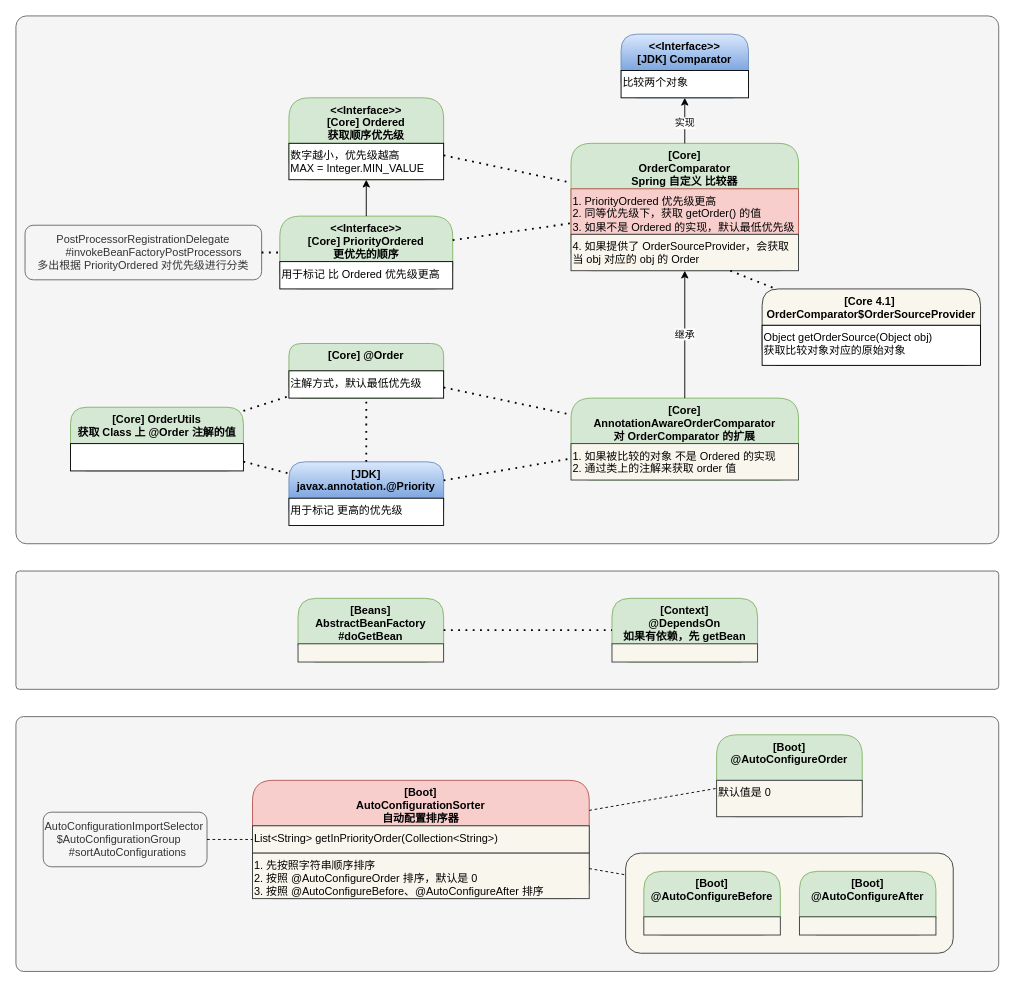
This is demo-spring-draw/Spring-Core-Order.drawio from hello-world-example/Spring-Core, a draw.io file, before an edit. Source tidied: cells renumbered, new cells numbered last; positions are measured from the earlier drawing's top-left corner, leaving out a move shared by most shapes. Both pictures are drawn from the tidied source at 91%, with x=0, y=0 at pixel (15, 15).
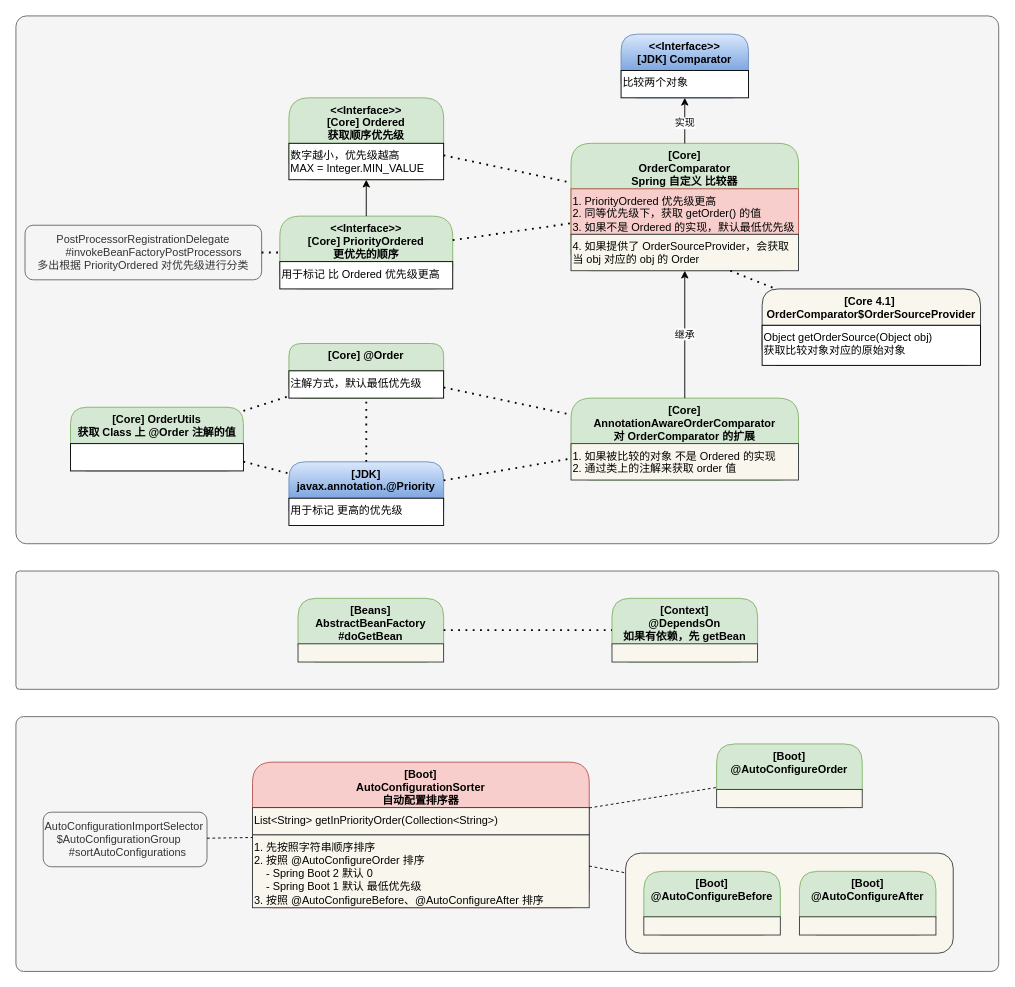
Above is the later version.

The edit, as a diff of the source:
```diff
@@
     <mxCell id="50" value="[Boot]&#10;@AutoConfigureOrder&#10;" style="swimlane;fontStyle=1;align=center;verticalAlign=top;horizontal=1;startSize=50;rounded=1;shadow=0;glass=0;sketch=0;html=0;fillColor=#d5e8d4;strokeColor=#82b366;" parent="1" vertex="1">
-      <mxGeometry x="770" y="790" width="160" height="90" as="geometry" />
+      <mxGeometry x="770" y="800" width="160" height="70" as="geometry" />
     </mxCell>
-    <mxCell id="51" value="默认值是 0" style="rounded=0;whiteSpace=wrap;shadow=0;glass=0;sketch=0;align=left;verticalAlign=top;fillColor=#f9f7ed;strokeColor=#36393d;" parent="50" vertex="1">
-      <mxGeometry y="50" width="160" height="40" as="geometry" />
+    <mxCell id="51" style="rounded=0;whiteSpace=wrap;shadow=0;glass=0;sketch=0;align=left;verticalAlign=top;fillColor=#f9f7ed;strokeColor=#36393d;" parent="50" vertex="1">
+      <mxGeometry y="50" width="160" height="20" as="geometry" />
     </mxCell>
     <mxCell id="52" value="[Boot]&#10;AutoConfigurationSorter&#10;自动配置排序器" style="swimlane;fontStyle=1;align=center;verticalAlign=top;horizontal=1;startSize=50;rounded=1;shadow=0;glass=0;sketch=0;html=0;fillColor=#f8cecc;strokeColor=#b85450;" parent="1" vertex="1">
-      <mxGeometry x="260" y="840" width="370" height="130" as="geometry" />
+      <mxGeometry x="260" y="820" width="370" height="160" as="geometry" />
     </mxCell>
@@
-    <mxCell id="54" value="1. 先按照字符串顺序排序&#10;2. 按照 @AutoConfigureOrder 排序，默认是 0&#10;3. 按照 @AutoConfigureBefore、@AutoConfigureAfter 排序" style="rounded=0;whiteSpace=wrap;shadow=0;glass=0;sketch=0;align=left;verticalAlign=top;fillColor=#f9f7ed;strokeColor=#36393d;" parent="52" vertex="1">
-      <mxGeometry y="80" width="370" height="50" as="geometry" />
+    <mxCell id="54" value="1. 先按照字符串顺序排序&#10;2. 按照 @AutoConfigureOrder 排序&#10;    - Spring Boot 2 默认 0&#10;    - Spring Boot 1 默认 最低优先级&#10;3. 按照 @AutoConfigureBefore、@AutoConfigureAfter 排序" style="rounded=0;whiteSpace=wrap;shadow=0;glass=0;sketch=0;align=left;verticalAlign=top;fillColor=#f9f7ed;strokeColor=#36393d;" parent="52" vertex="1">
+      <mxGeometry y="80" width="370" height="80" as="geometry" />
     </mxCell>
```
